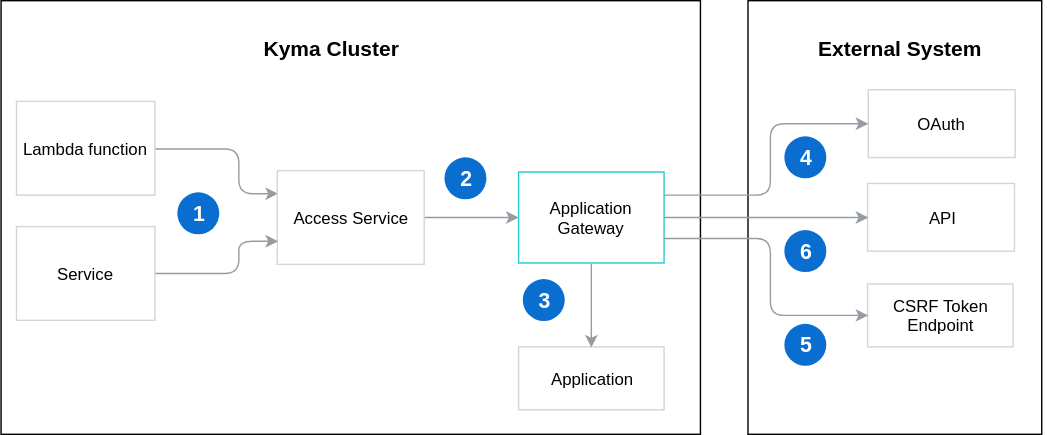
The draw.io diagram docs/application-connector/assets/003-architecture-proxy-service.svg in kyma-project/kyma, before a commit. Source tidied: cells renumbered, new cells last; positions are measured from the earlier drawing's top-left corner, leaving out a move shared by most shapes. The source it was exported from:
```xml
<mxGraphModel background="#ffffff">
  <root>
    <mxCell id="0" />
    <mxCell id="1" parent="0" />
    <mxCell id="2" style="group;" parent="1" vertex="1">
      <mxGeometry x="534" width="210" height="310" as="geometry" />
    </mxCell>
    <mxCell id="3" style="rounded=0;whiteSpace=wrap;html=1;" parent="2" vertex="1">
      <mxGeometry width="210" height="310" as="geometry" />
    </mxCell>
    <mxCell id="4" value="OAuth" style="rounded=0;whiteSpace=wrap;html=1;strokeColor=#D2D5D9;" parent="2" vertex="1">
      <mxGeometry x="86" y="63.7" width="105" height="48.4" as="geometry" />
    </mxCell>
    <mxCell id="5" value="&lt;font style=&quot;font-size: 15px&quot;&gt;&lt;b&gt;External System&lt;/b&gt;&lt;/font&gt;" style="text;html=1;strokeColor=none;fillColor=none;align=center;verticalAlign=middle;whiteSpace=wrap;rounded=0;" parent="2" vertex="1">
      <mxGeometry x="2.5" y="21" width="210" height="26.9" as="geometry" />
    </mxCell>
    <mxCell id="6" value="API" style="rounded=0;whiteSpace=wrap;html=1;strokeColor=#D2D5D9;" parent="2" vertex="1">
      <mxGeometry x="85.5" y="130.7" width="105" height="48.4" as="geometry" />
    </mxCell>
    <mxCell id="7" value="&lt;h3&gt;&lt;font color=&quot;#ffffff&quot;&gt;4&lt;/font&gt;&lt;/h3&gt;" style="ellipse;whiteSpace=wrap;html=1;rounded=0;shadow=0;glass=0;comic=0;labelBackgroundColor=none;strokeColor=none;strokeWidth=1;fillColor=#0A6ED1;gradientColor=none;fontSize=13;fontColor=none;align=center;verticalAlign=middle;" parent="2" vertex="1">
      <mxGeometry x="26" y="97" width="30" height="30" as="geometry" />
    </mxCell>
    <mxCell id="8" value="&lt;h3&gt;&lt;font color=&quot;#ffffff&quot;&gt;6&lt;/font&gt;&lt;/h3&gt;" style="ellipse;whiteSpace=wrap;html=1;rounded=0;shadow=0;glass=0;comic=0;labelBackgroundColor=none;strokeColor=none;strokeWidth=1;fillColor=#0A6ED1;gradientColor=none;fontSize=13;fontColor=none;align=center;verticalAlign=middle;" parent="2" vertex="1">
      <mxGeometry x="26" y="164" width="30" height="30" as="geometry" />
    </mxCell>
    <mxCell id="9" value="CSRF Token Endpoint" style="rounded=0;whiteSpace=wrap;html=1;strokeColor=#D2D5D9;" parent="2" vertex="1">
      <mxGeometry x="85.5" y="202.5" width="104" height="45" as="geometry" />
    </mxCell>
    <mxCell id="10" value="&lt;h3&gt;&lt;font color=&quot;#ffffff&quot;&gt;5&lt;/font&gt;&lt;/h3&gt;" style="ellipse;whiteSpace=wrap;html=1;rounded=0;shadow=0;glass=0;comic=0;labelBackgroundColor=none;strokeColor=none;strokeWidth=1;fillColor=#0A6ED1;gradientColor=none;fontSize=13;fontColor=none;align=center;verticalAlign=middle;" parent="2" vertex="1">
      <mxGeometry x="26" y="231" width="30" height="30" as="geometry" />
    </mxCell>
    <mxCell id="11" style="group;fillColor=#ffffff;strokeColor=#D2D5D9;" parent="1" vertex="1">
      <mxGeometry width="500" height="310" as="geometry" />
    </mxCell>
    <mxCell id="12" style="group;" parent="11" vertex="1">
      <mxGeometry width="500" height="310" as="geometry" />
    </mxCell>
    <mxCell id="13" style="rounded=0;whiteSpace=wrap;html=1;" parent="12" vertex="1">
      <mxGeometry width="500" height="310" as="geometry" />
    </mxCell>
    <mxCell id="14" style="edgeStyle=orthogonalEdgeStyle;rounded=1;comic=0;html=1;exitX=1;exitY=0.5;entryX=0;entryY=0.25;jettySize=auto;strokeColor=#959CA4;" parent="12" edge="1" source="15" target="16">
      <mxGeometry relative="1" as="geometry">
        <Array as="points">
          <mxPoint x="170" y="106" />
          <mxPoint x="170" y="138" />
        </Array>
      </mxGeometry>
    </mxCell>
    <mxCell id="15" value="Lambda function" style="rounded=0;whiteSpace=wrap;html=1;strokeColor=#D2D5D9;" parent="12" vertex="1">
      <mxGeometry x="11" y="72" width="99" height="67" as="geometry" />
    </mxCell>
    <mxCell id="16" value="Access Service&lt;br&gt;" style="rounded=0;whiteSpace=wrap;html=1;strokeColor=#D2D5D9;" parent="12" vertex="1">
      <mxGeometry x="197.5" y="121.5" width="105" height="67" as="geometry" />
    </mxCell>
    <mxCell id="17" style="edgeStyle=orthogonalEdgeStyle;rounded=1;comic=0;html=1;exitX=1;exitY=0.5;entryX=0;entryY=0.5;jettySize=auto;strokeColor=#959CA4;" parent="12" edge="1" source="16" target="18">
      <mxGeometry relative="1" as="geometry" />
    </mxCell>
    <mxCell id="18" value="Application Gateway" style="rounded=0;whiteSpace=wrap;html=1;strokeColor=#24CACC;" parent="12" vertex="1">
      <mxGeometry x="370" y="122.5" width="104" height="65" as="geometry" />
    </mxCell>
    <mxCell id="19" value="&lt;font style=&quot;font-size: 15px&quot;&gt;&lt;b&gt;Kyma Cluster&lt;/b&gt;&lt;/font&gt;" style="text;html=1;strokeColor=none;fillColor=none;align=center;verticalAlign=middle;whiteSpace=wrap;rounded=0;" parent="12" vertex="1">
      <mxGeometry x="126.3" y="17.2" width="221.1" height="34.4" as="geometry" />
    </mxCell>
    <mxCell id="20" value="Application" style="rounded=0;whiteSpace=wrap;html=1;strokeColor=#D2D5D9;" parent="12" vertex="1">
      <mxGeometry x="370" y="247.5" width="104" height="45" as="geometry" />
    </mxCell>
    <mxCell id="21" style="endArrow=classic;html=1;exitX=0.5;exitY=1;entryX=0.5;entryY=0;strokeColor=#959CA4;" parent="12" edge="1" source="18" target="20">
      <mxGeometry relative="1" as="geometry" />
    </mxCell>
    <mxCell id="22" value="&lt;h3&gt;&lt;font color=&quot;#ffffff&quot;&gt;1&lt;/font&gt;&lt;/h3&gt;" style="ellipse;whiteSpace=wrap;html=1;rounded=0;shadow=0;glass=0;comic=0;labelBackgroundColor=none;strokeColor=none;strokeWidth=1;fillColor=#0A6ED1;gradientColor=none;fontSize=13;fontColor=none;align=center;verticalAlign=middle;" parent="12" vertex="1">
      <mxGeometry x="126.3" y="136.5" width="30" height="30" as="geometry" />
    </mxCell>
    <mxCell id="23" value="&lt;h3&gt;&lt;font color=&quot;#ffffff&quot;&gt;2&lt;/font&gt;&lt;/h3&gt;" style="ellipse;whiteSpace=wrap;html=1;rounded=0;shadow=0;glass=0;comic=0;labelBackgroundColor=none;strokeColor=none;strokeWidth=1;fillColor=#0A6ED1;gradientColor=none;fontSize=13;fontColor=none;align=center;verticalAlign=middle;" parent="12" vertex="1">
      <mxGeometry x="317.2" y="112" width="30" height="30" as="geometry" />
    </mxCell>
    <mxCell id="24" value="&lt;h3&gt;&lt;font color=&quot;#ffffff&quot;&gt;3&lt;/font&gt;&lt;/h3&gt;" style="ellipse;whiteSpace=wrap;html=1;rounded=0;shadow=0;glass=0;comic=0;labelBackgroundColor=none;strokeColor=none;strokeWidth=1;fillColor=#0A6ED1;gradientColor=none;fontSize=13;fontColor=none;align=center;verticalAlign=middle;" parent="12" vertex="1">
      <mxGeometry x="372.9" y="198.5" width="30" height="30" as="geometry" />
    </mxCell>
    <mxCell id="25" style="edgeStyle=orthogonalEdgeStyle;rounded=1;comic=0;html=1;exitX=1;exitY=0.5;entryX=0;entryY=0.75;jettySize=auto;strokeColor=#959CA4;" parent="12" edge="1" source="26" target="16">
      <mxGeometry relative="1" as="geometry">
        <Array as="points">
          <mxPoint x="170" y="195" />
          <mxPoint x="170" y="172" />
        </Array>
      </mxGeometry>
    </mxCell>
    <mxCell id="26" value="Service" style="rounded=0;whiteSpace=wrap;html=1;strokeColor=#D2D5D9;gradientColor=#ffffff;" parent="12" vertex="1">
      <mxGeometry x="11" y="161.5" width="99" height="67" as="geometry" />
    </mxCell>
    <mxCell id="27" style="edgeStyle=orthogonalEdgeStyle;rounded=1;comic=0;html=1;exitX=1;exitY=0.25;jettySize=auto;strokeColor=#959CA4;" parent="1" edge="1" source="18" target="4">
      <mxGeometry relative="1" as="geometry">
        <Array as="points">
          <mxPoint x="550" y="139" />
          <mxPoint x="550" y="88" />
        </Array>
      </mxGeometry>
    </mxCell>
    <mxCell id="28" style="edgeStyle=orthogonalEdgeStyle;rounded=1;comic=0;html=1;entryX=0;entryY=0.5;jettySize=auto;strokeColor=#959CA4;exitX=1;exitY=0.5;exitDx=0;exitDy=0;" parent="1" edge="1" source="18" target="6">
      <mxGeometry relative="1" as="geometry">
        <Array as="points">
          <mxPoint x="600" y="155" />
          <mxPoint x="600" y="155" />
        </Array>
      </mxGeometry>
    </mxCell>
    <mxCell id="29" style="edgeStyle=orthogonalEdgeStyle;rounded=1;comic=0;html=1;entryX=0;entryY=0.5;jettySize=auto;strokeColor=#959CA4;exitX=1;exitY=0.5;exitDx=0;exitDy=0;entryDx=0;entryDy=0;" parent="1" edge="1" target="9">
      <mxGeometry relative="1" as="geometry">
        <mxPoint x="474.3" y="170" as="sourcePoint" />
        <Array as="points">
          <mxPoint x="550" y="170" />
          <mxPoint x="550" y="225" />
        </Array>
      </mxGeometry>
    </mxCell>
  </root>
</mxGraphModel>
```
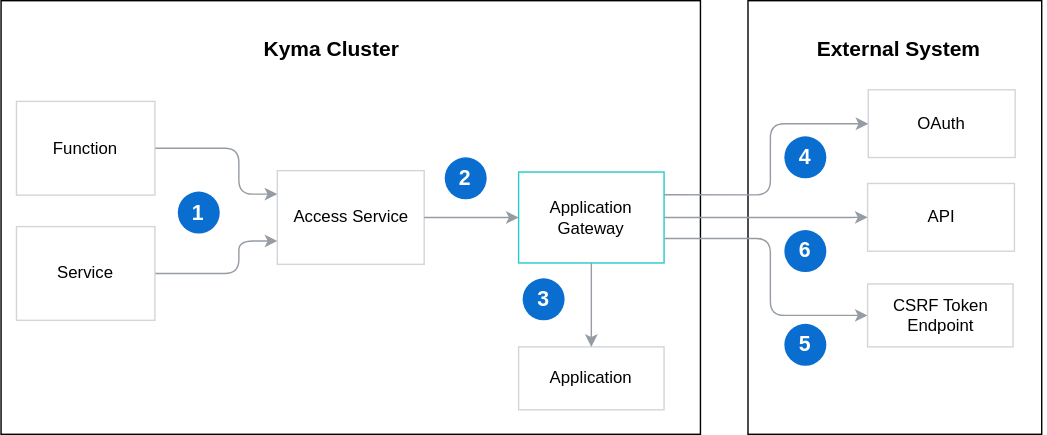
After the change.

The edit, as a diff of the source:
```diff
@@ -46,7 +46,7 @@
         </Array>
       </mxGeometry>
     </mxCell>
-    <mxCell id="15" value="Lambda function" style="rounded=0;whiteSpace=wrap;html=1;strokeColor=#D2D5D9;" parent="12" vertex="1">
+    <mxCell id="15" value="Function" style="rounded=0;whiteSpace=wrap;html=1;strokeColor=#D2D5D9;" parent="12" vertex="1">
       <mxGeometry x="11" y="72" width="99" height="67" as="geometry" />
     </mxCell>
     <mxCell id="16" value="Access Service&lt;br&gt;" style="rounded=0;whiteSpace=wrap;html=1;strokeColor=#D2D5D9;" parent="12" vertex="1">
```
